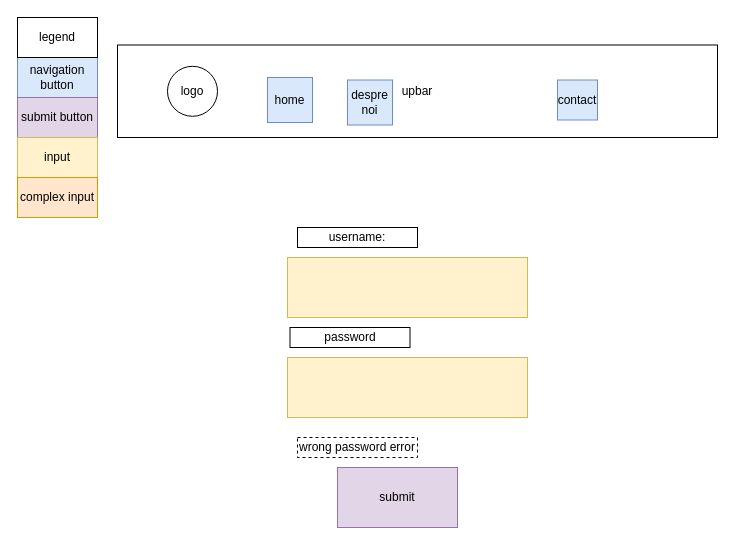
Before: page "login.page" (3 of 8) of docs/design/design.drawio in Ioan-Alexandru96/wellness-app, a draw.io diagram. Source tidied: cells renumbered, new cells numbered last; positions are measured from the earlier drawing's top-left corner, leaving out a move shared by most shapes. Both pictures are drawn from the tidied source at 100%, with x=0, y=0 at pixel (17, 17).
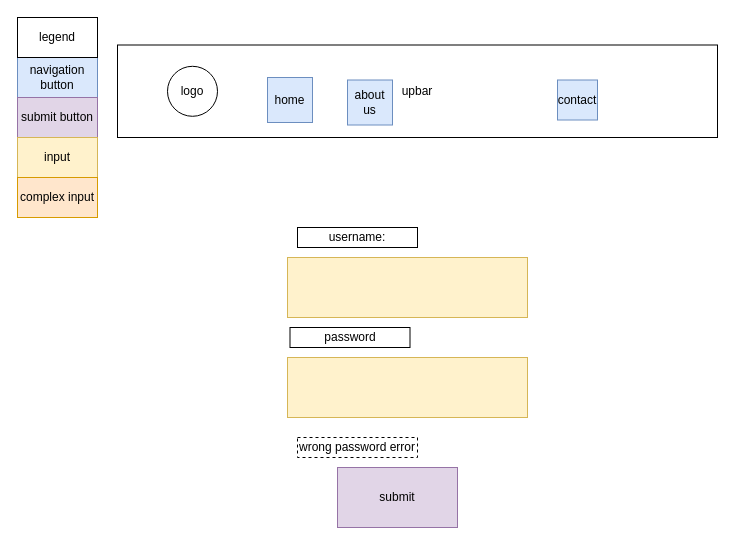
The same page after the edit.

Diff of the diagram source:
```diff
@@
 <mxGraphModel>
   <root>
     <mxCell id="0" />
     <mxCell id="1" parent="0" />
     <mxCell id="2" value="upbar" style="rounded=0;whiteSpace=wrap;html=1;" parent="1" vertex="1">
       <mxGeometry x="100" y="27.5" width="600" height="92.5" as="geometry" />
     </mxCell>
     <mxCell id="3" value="logo" style="ellipse;whiteSpace=wrap;html=1;" parent="1" vertex="1">
       <mxGeometry x="150" y="48.8" width="50" height="50" as="geometry" />
     </mxCell>
     <mxCell id="4" value="home" style="whiteSpace=wrap;html=1;fillColor=#dae8fc;strokeColor=#6c8ebf;" parent="1" vertex="1">
       <mxGeometry x="250" y="60" width="45" height="45" as="geometry" />
     </mxCell>
     <mxCell id="5" value="contact" style="whiteSpace=wrap;html=1;fillColor=#dae8fc;strokeColor=#6c8ebf;" parent="1" vertex="1">
       <mxGeometry x="540" y="62.5" width="40" height="40" as="geometry" />
     </mxCell>
-    <mxCell id="6" value="despre noi" style="whiteSpace=wrap;html=1;fillColor=#dae8fc;strokeColor=#6c8ebf;" parent="1" vertex="1">
+    <mxCell id="6" value="about us" style="whiteSpace=wrap;html=1;fillColor=#dae8fc;strokeColor=#6c8ebf;" parent="1" vertex="1">
       <mxGeometry x="330" y="62.5" width="45" height="45" as="geometry" />
     </mxCell>
     <mxCell id="7" value="navigation button" style="rounded=0;whiteSpace=wrap;html=1;fillColor=#dae8fc;strokeColor=#6c8ebf;" parent="1" vertex="1">
       <mxGeometry y="40" width="80" height="40" as="geometry" />
     </mxCell>
     <mxCell id="8" value="submit button" style="rounded=0;whiteSpace=wrap;html=1;fillColor=#e1d5e7;strokeColor=#9673a6;" parent="1" vertex="1">
       <mxGeometry y="80" width="80" height="40" as="geometry" />
     </mxCell>
     <mxCell id="9" value="input" style="rounded=0;whiteSpace=wrap;html=1;fillColor=#fff2cc;strokeColor=#d6b656;" parent="1" vertex="1">
       <mxGeometry y="120" width="80" height="40" as="geometry" />
     </mxCell>
     <mxCell id="10" value="complex input" style="rounded=0;whiteSpace=wrap;html=1;fillColor=#ffe6cc;strokeColor=#d79b00;" parent="1" vertex="1">
       <mxGeometry y="160" width="80" height="40" as="geometry" />
     </mxCell>
     <mxCell id="11" value="legend" style="rounded=0;whiteSpace=wrap;html=1;" parent="1" vertex="1">
       <mxGeometry width="80" height="40" as="geometry" />
     </mxCell>
     <mxCell id="12" style="rounded=0;whiteSpace=wrap;html=1;fillColor=#fff2cc;strokeColor=#d6b656;" parent="1" vertex="1">
       <mxGeometry x="270" y="240" width="240" height="60" as="geometry" />
     </mxCell>
     <mxCell id="13" style="rounded=0;whiteSpace=wrap;html=1;fillColor=#fff2cc;strokeColor=#d6b656;" parent="1" vertex="1">
       <mxGeometry x="270" y="340" width="240" height="60" as="geometry" />
     </mxCell>
     <mxCell id="14" value="password" style="rounded=0;whiteSpace=wrap;html=1;" parent="1" vertex="1">
       <mxGeometry x="272.5" y="310" width="120" height="20" as="geometry" />
     </mxCell>
     <mxCell id="15" value="username:" style="rounded=0;whiteSpace=wrap;html=1;" parent="1" vertex="1">
       <mxGeometry x="280" y="210" width="120" height="20" as="geometry" />
     </mxCell>
     <mxCell id="16" value="submit" style="rounded=0;whiteSpace=wrap;html=1;fillColor=#e1d5e7;strokeColor=#9673a6;" parent="1" vertex="1">
       <mxGeometry x="320" y="450" width="120" height="60" as="geometry" />
     </mxCell>
     <mxCell id="17" value="wrong password error" style="rounded=0;whiteSpace=wrap;html=1;dashed=1;" parent="1" vertex="1">
       <mxGeometry x="280" y="420" width="120" height="20" as="geometry" />
     </mxCell>
   </root>
 </mxGraphModel>
```
